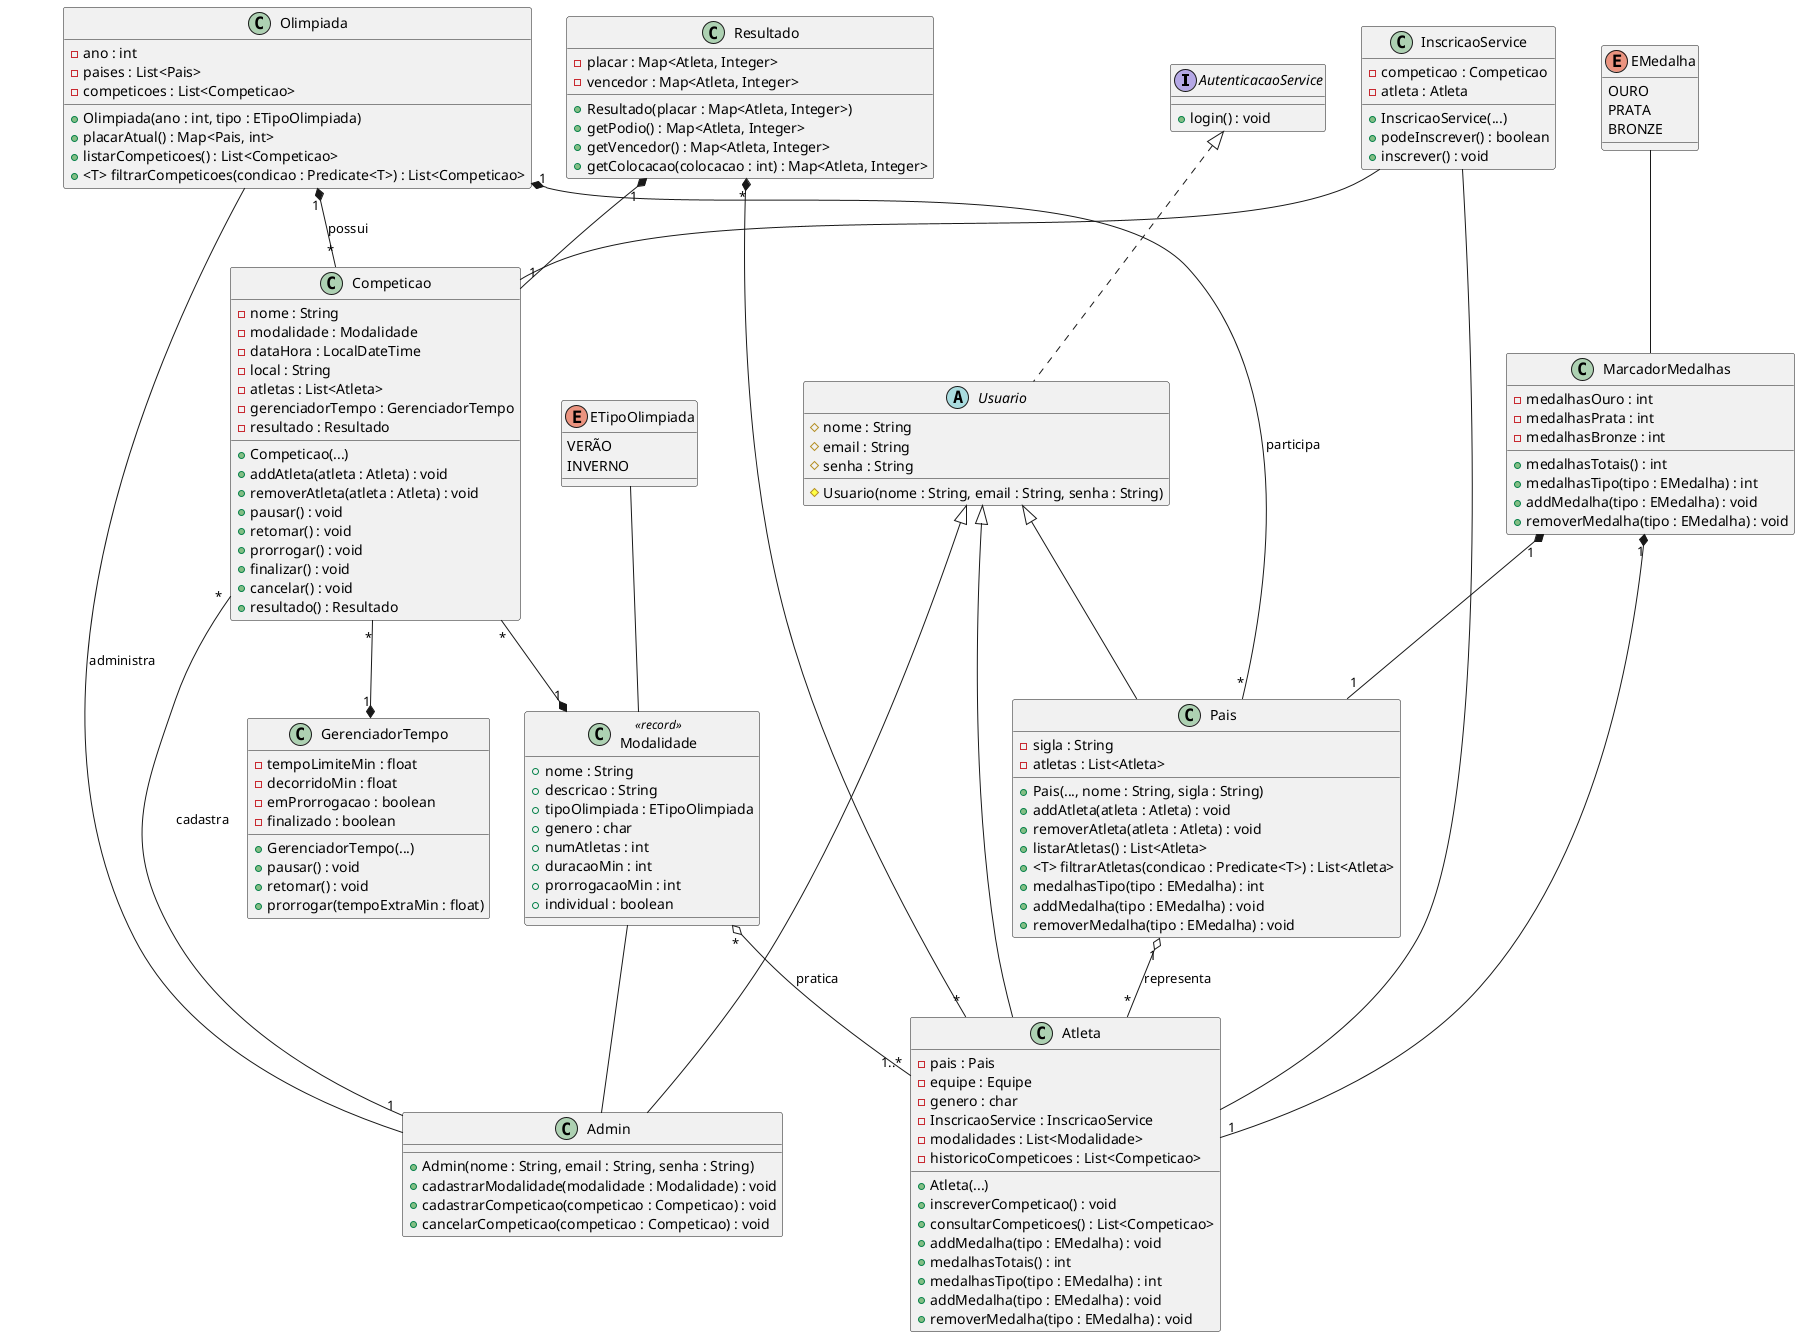
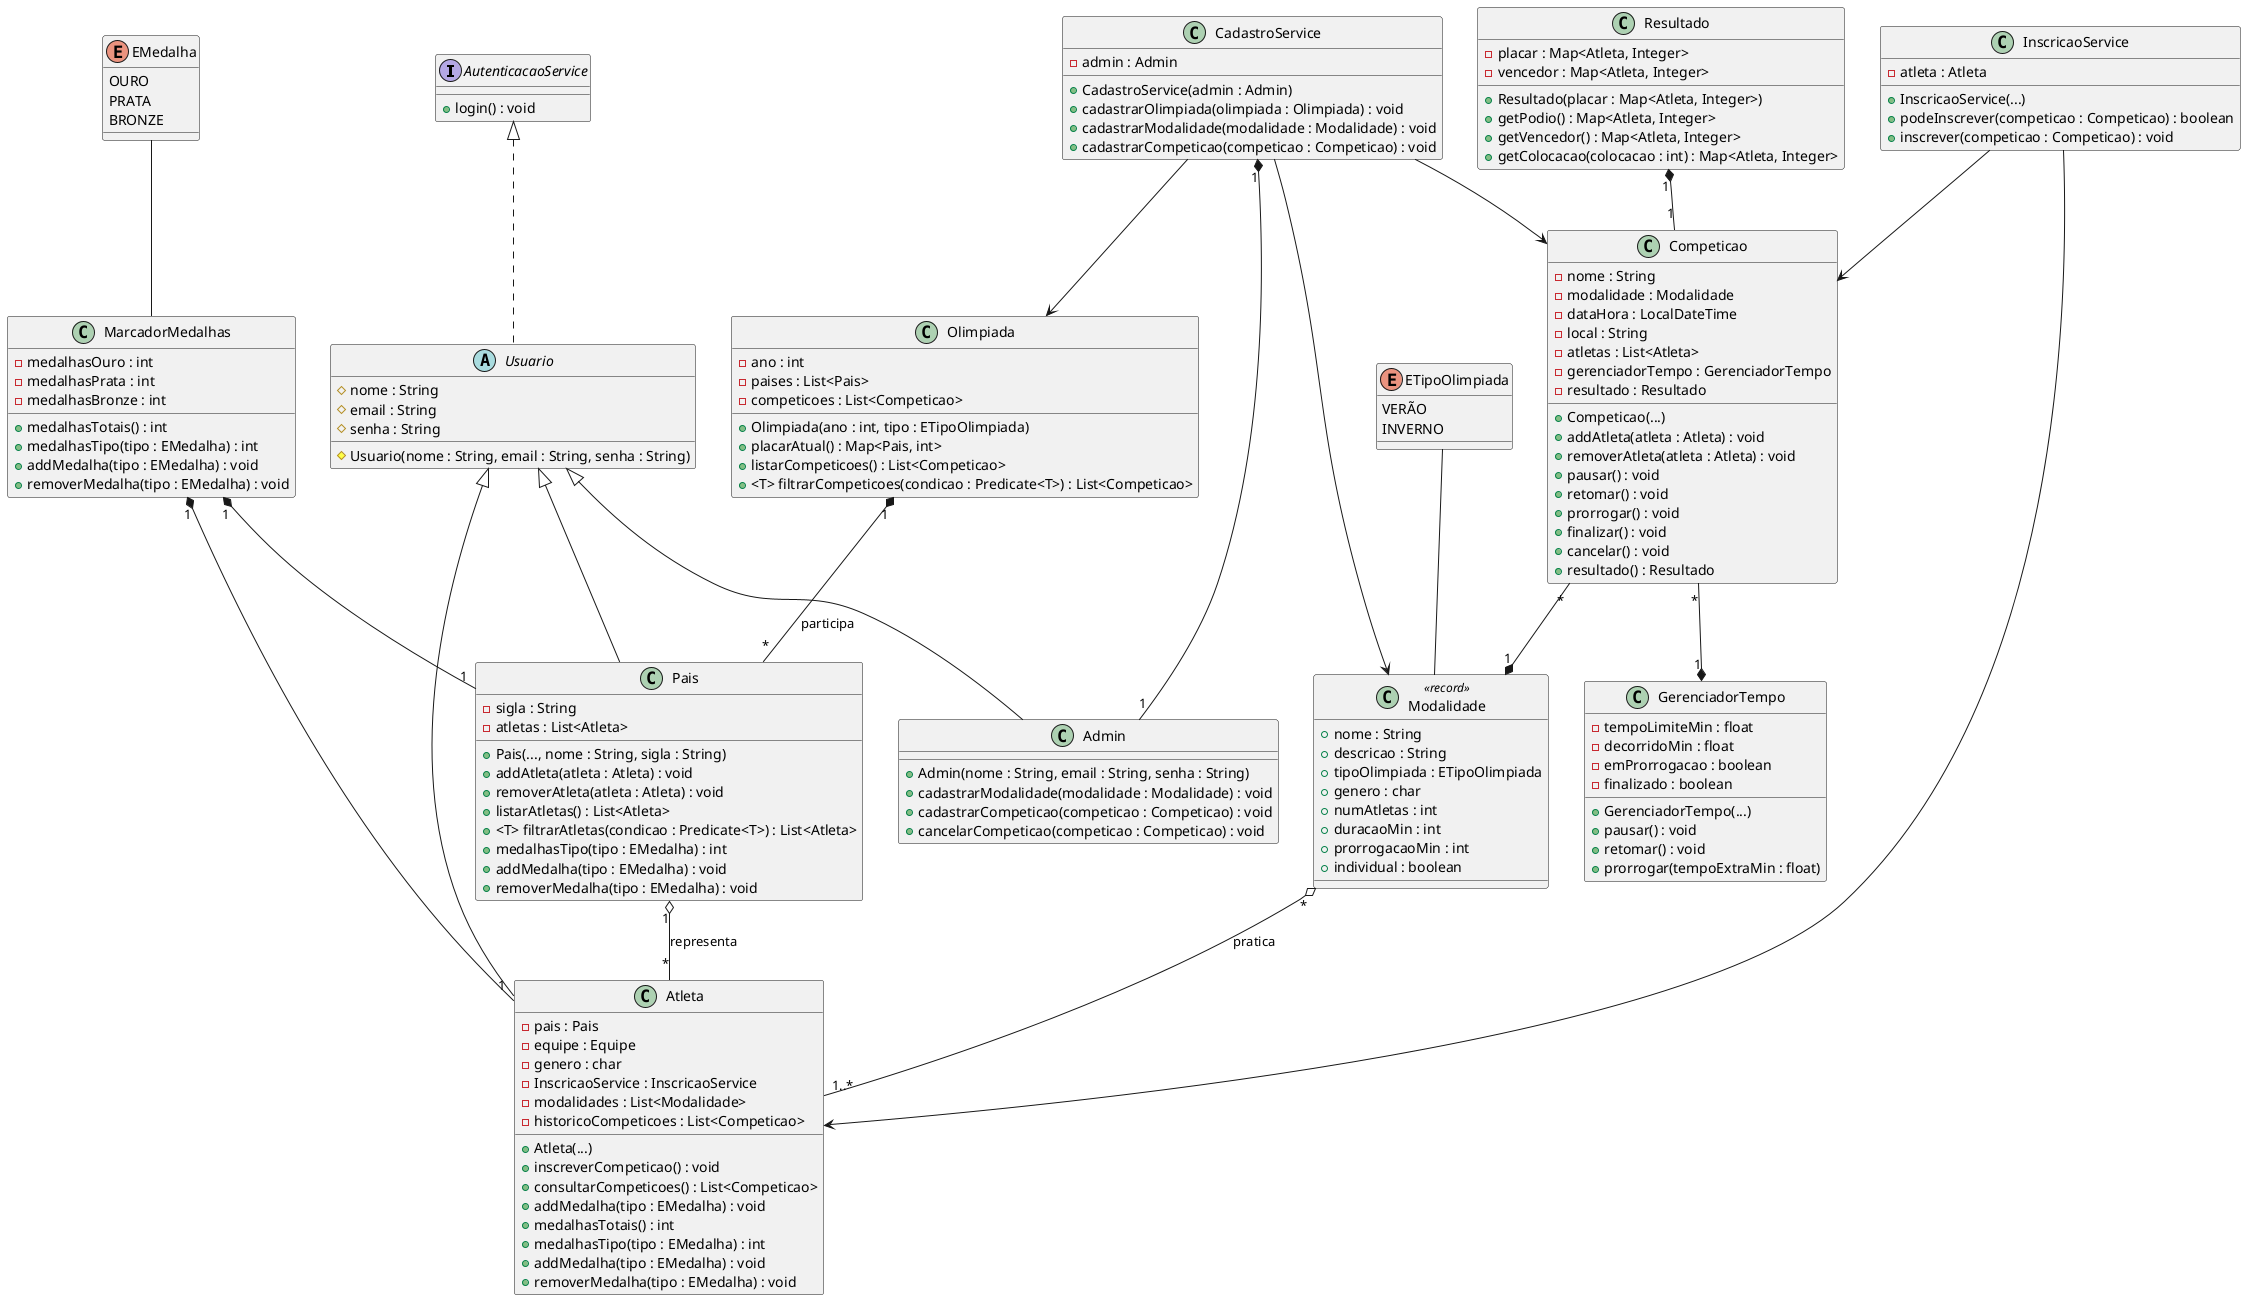
@startuml diagrama-classe
interface AutenticacaoService {
    + login() : void
}
AutenticacaoService <|.. Usuario

abstract class Usuario {
    # nome : String
    # email : String
    # senha : String
    # Usuario(nome : String, email : String, senha : String)
}

class Admin {
    + Admin(nome : String, email : String, senha : String)
    + cadastrarModalidade(modalidade : Modalidade) : void
    + cadastrarCompeticao(competicao : Competicao) : void
    + cancelarCompeticao(competicao : Competicao) : void
}
Usuario <|-- Admin

class MarcadorMedalhas {
    - medalhasOuro : int
    - medalhasPrata : int
    - medalhasBronze : int
    + medalhasTotais() : int
    + medalhasTipo(tipo : EMedalha) : int
    + addMedalha(tipo : EMedalha) : void
    + removerMedalha(tipo : EMedalha) : void
}
MarcadorMedalhas "1" *-- "1" Pais
MarcadorMedalhas "1" *-- "1" Atleta

class Pais {
    - sigla : String
    - atletas : List<Atleta>
    + Pais(..., nome : String, sigla : String)
    + addAtleta(atleta : Atleta) : void
    + removerAtleta(atleta : Atleta) : void
    + listarAtletas() : List<Atleta>
    + <T> filtrarAtletas(condicao : Predicate<T>) : List<Atleta>
    + medalhasTipo(tipo : EMedalha) : int
    + addMedalha(tipo : EMedalha) : void
    + removerMedalha(tipo : EMedalha) : void
}
Usuario <|-- Pais
+ Olimpiada "1" *-- "*" Pais : participa

class Atleta {
    - pais : Pais
    - equipe : Equipe
    - genero : char
    - InscricaoService : InscricaoService
    - modalidades : List<Modalidade>
    - historicoCompeticoes : List<Competicao>
    + Atleta(...)
    + inscreverCompeticao() : void
    + consultarCompeticoes() : List<Competicao>
    + addMedalha(tipo : EMedalha) : void
    + medalhasTotais() : int
    + medalhasTipo(tipo : EMedalha) : int
    + addMedalha(tipo : EMedalha) : void
    + removerMedalha(tipo : EMedalha) : void
}
Usuario <|-- Atleta
Pais "1" o-- "*" Atleta : representa

class Modalidade <<record>>{
    + nome : String
    + descricao : String
    + tipoOlimpiada : ETipoOlimpiada
    + genero : char
    + numAtletas : int
    + duracaoMin : int
    + prorrogacaoMin : int
    + individual : boolean
}
- Modalidade -- Admin
Modalidade "*" o-- "1..*" Atleta : pratica

class InscricaoService {
-     - competicao : Competicao
    - atleta : Atleta
    + InscricaoService(...)
-     + podeInscrever() : boolean
-     + inscrever() : void
+     + podeInscrever(competicao : Competicao) : boolean
+     + inscrever(competicao : Competicao) : void
}
- InscricaoService -- Competicao
- InscricaoService -- Atleta
+ InscricaoService --> Competicao
+ InscricaoService --> Atleta
+ 
+ class CadastroService {
+     - admin : Admin
+     + CadastroService(admin : Admin)
+     + cadastrarOlimpiada(olimpiada : Olimpiada) : void
+     + cadastrarModalidade(modalidade : Modalidade) : void
+     + cadastrarCompeticao(competicao : Competicao) : void
+ }
+ CadastroService "1" *-- "1" Admin
+ CadastroService --> Modalidade
+ CadastroService --> Competicao
+ CadastroService --> Olimpiada

class GerenciadorTempo {
    - tempoLimiteMin : float
    - decorridoMin : float
    - emProrrogacao : boolean
    - finalizado : boolean
    + GerenciadorTempo(...)
    + pausar() : void
    + retomar() : void
    + prorrogar(tempoExtraMin : float)
}

class Competicao {
    - nome : String
    - modalidade : Modalidade
    - dataHora : LocalDateTime
    - local : String
    - atletas : List<Atleta>
    - gerenciadorTempo : GerenciadorTempo
    - resultado : Resultado
    + Competicao(...)
    + addAtleta(atleta : Atleta) : void
    + removerAtleta(atleta : Atleta) : void
    + pausar() : void
    + retomar() : void
    + prorrogar() : void
    + finalizar() : void
    + cancelar() : void
    + resultado() : Resultado
}
Competicao "*" --* "1" GerenciadorTempo
Competicao "*" --* "1" Modalidade
- Competicao "*" -- "1" Admin : cadastra

class Resultado {
    - placar : Map<Atleta, Integer>
    - vencedor : Map<Atleta, Integer>
    + Resultado(placar : Map<Atleta, Integer>)
    + getPodio() : Map<Atleta, Integer>
    + getVencedor() : Map<Atleta, Integer>
    + getColocacao(colocacao : int) : Map<Atleta, Integer>
}
Resultado "1" *-- "1" Competicao
- Resultado "*" *-- "*" Atleta

enum EMedalha {
    OURO
    PRATA
    BRONZE
}
EMedalha -- MarcadorMedalhas

class Olimpiada {
    - ano : int
    - paises : List<Pais>
    - competicoes : List<Competicao>
    + Olimpiada(ano : int, tipo : ETipoOlimpiada)
    + placarAtual() : Map<Pais, int>
    + listarCompeticoes() : List<Competicao>
    + <T> filtrarCompeticoes(condicao : Predicate<T>) : List<Competicao>
}
- Olimpiada "1" *-- "*" Pais : participa
- Olimpiada "1" *-- "*" Competicao : possui
- Olimpiada -- Admin : administra

enum ETipoOlimpiada {
    VERÃO
    INVERNO
}
ETipoOlimpiada -- Modalidade

@enduml